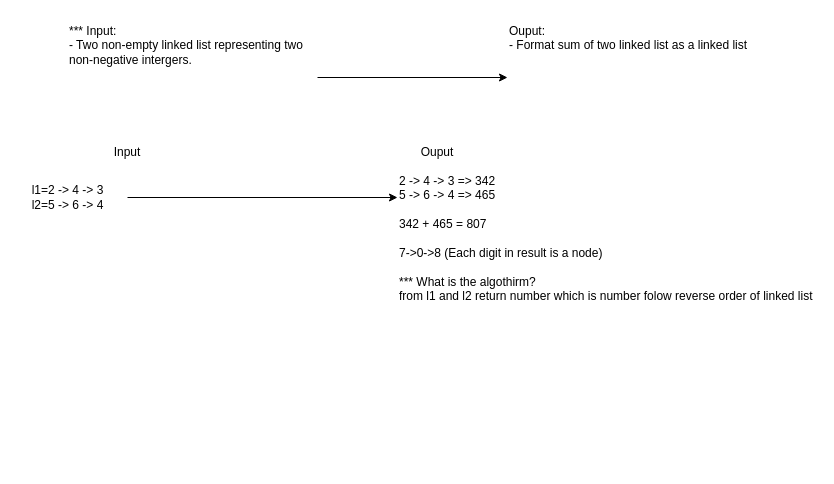
Before: Problems/Leetcodes/16_10/idea_simulations/add_two_number.drawio in BrianDang211/Algorithm-Data-Structure, a draw.io diagram. Source tidied: cells renumbered, new cells numbered last; positions are measured from the earlier drawing's top-left corner, leaving out a move shared by most shapes. Both pictures are drawn from the tidied source at 100%, with x=0, y=0 at pixel (17, 17).
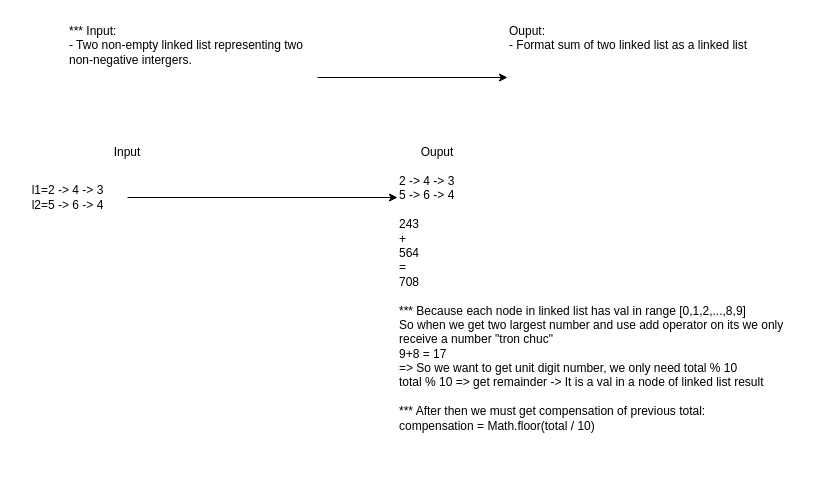
Above is the later version.

The edit, as a diff of the source:
```diff
@@
 <mxGraphModel>
   <root>
     <mxCell id="0" />
     <mxCell id="1" parent="0" />
     <mxCell id="2" value="*** Input:&lt;br&gt;- Two non-empty linked list representing two non-negative intergers." style="text;html=1;align=left;verticalAlign=top;whiteSpace=wrap;rounded=0;" parent="1" vertex="1">
       <mxGeometry x="50" width="250" height="120" as="geometry" />
     </mxCell>
     <mxCell id="3" value="Ouput:&lt;br&gt;- Format sum of two linked list as a linked list" style="text;html=1;align=left;verticalAlign=top;whiteSpace=wrap;rounded=0;" parent="1" vertex="1">
       <mxGeometry x="490" width="250" height="120" as="geometry" />
     </mxCell>
     <mxCell id="4" style="endArrow=classic;html=1;rounded=0;exitX=1;exitY=0.5;exitDx=0;exitDy=0;" parent="1" edge="1" source="2" target="3">
       <mxGeometry relative="1" as="geometry" />
     </mxCell>
     <mxCell id="5" style="endArrow=classic;html=1;rounded=0;" parent="1" edge="1">
       <mxGeometry relative="1" as="geometry">
         <mxPoint x="110" y="180" as="sourcePoint" />
         <mxPoint x="380" y="180" as="targetPoint" />
       </mxGeometry>
     </mxCell>
     <mxCell id="6" value="Input" style="text;html=1;align=center;verticalAlign=middle;whiteSpace=wrap;rounded=0;" parent="1" vertex="1">
       <mxGeometry x="80" y="120" width="60" height="30" as="geometry" />
     </mxCell>
-    <mxCell id="7" value="&lt;div&gt;2 -&amp;gt; 4 -&amp;gt; 3 =&amp;gt; 342&lt;/div&gt;&lt;div&gt;5 -&amp;gt; 6 -&amp;gt; 4 =&amp;gt; 465&lt;/div&gt;&lt;div&gt;&lt;br&gt;&lt;/div&gt;&lt;div&gt;342 + 465 = 807&lt;/div&gt;&lt;div&gt;&lt;br&gt;&lt;/div&gt;&lt;div&gt;7-&amp;gt;0-&amp;gt;8 (Each digit in result is a node)&lt;/div&gt;&lt;div&gt;&lt;br&gt;&lt;/div&gt;&lt;div&gt;*** What is the algothirm?&lt;br&gt;from l1 and l2 return number which is number folow reverse order of linked list&lt;/div&gt;&lt;div&gt;&lt;br&gt;&lt;/div&gt;&lt;div&gt;&lt;br&gt;&lt;/div&gt;&lt;div&gt;&lt;br&gt;&lt;/div&gt;" style="text;html=1;align=left;verticalAlign=top;whiteSpace=wrap;rounded=0;" parent="1" vertex="1">
-      <mxGeometry x="380" y="150" width="420" height="230" as="geometry" />
+    <mxCell id="7" value="&lt;div&gt;2 -&amp;gt; 4 -&amp;gt; 3&lt;/div&gt;&lt;div&gt;5 -&amp;gt; 6 -&amp;gt; 4&lt;/div&gt;&lt;div&gt;&lt;br&gt;&lt;/div&gt;&lt;div&gt;243&lt;/div&gt;&lt;div&gt;+&lt;/div&gt;&lt;div&gt;564&lt;/div&gt;&lt;div&gt;=&lt;/div&gt;&lt;div&gt;708&lt;/div&gt;&lt;div&gt;&lt;br&gt;&lt;/div&gt;&lt;div&gt;*** Because each node in linked list has val in range [0,1,2,...,8,9]&lt;/div&gt;&lt;div&gt;So when we get two largest number and use add operator on its we only receive a number &quot;tron chuc&quot;&lt;/div&gt;&lt;div&gt;9+8 = 17&lt;/div&gt;&lt;div&gt;=&amp;gt; So we want to get unit digit number, we only need total % 10&lt;/div&gt;&lt;div&gt;total % 10 =&amp;gt; get remainder -&amp;gt; It is a val in a node of linked list result&lt;/div&gt;&lt;div&gt;&lt;br&gt;&lt;/div&gt;&lt;div&gt;*** After then we must get compensation of previous total:&lt;br&gt;compensation = Math.floor(total / 10)&lt;/div&gt;" style="text;html=1;align=left;verticalAlign=top;whiteSpace=wrap;rounded=0;" parent="1" vertex="1">
+      <mxGeometry x="380" y="150" width="420" height="300" as="geometry" />
     </mxCell>
     <mxCell id="8" value="l1=2 -&amp;gt; 4 -&amp;gt; 3&lt;div&gt;l2=5 -&amp;gt; 6 -&amp;gt; 4&lt;/div&gt;" style="text;html=1;align=center;verticalAlign=middle;strokeColor=none;fillColor=none;" parent="1" vertex="1">
       <mxGeometry y="160" width="100" height="40" as="geometry" />
     </mxCell>
     <mxCell id="9" value="Ouput" style="text;html=1;align=center;verticalAlign=middle;whiteSpace=wrap;rounded=0;" parent="1" vertex="1">
       <mxGeometry x="390" y="120" width="60" height="30" as="geometry" />
     </mxCell>
   </root>
 </mxGraphModel>
```
